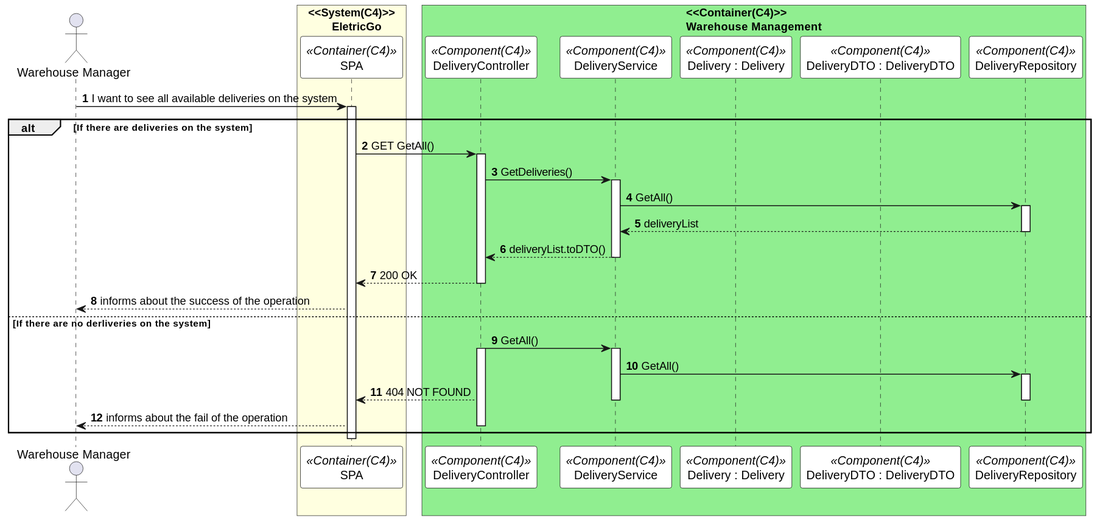
This is Documents/Deployment Diagrams/Level 3 - Component/Process View/Delivery/listDeliverySD.svg from 0franciscor/dei_3dj_057, a PlantUML export, as it was before one commit. Its diagram source:
```plantuml
@startuml listDeliverySD
autonumber

skinparam sequence {
ParticipantBorderColor black
ParticipantBackgroundColor white
}

actor "Warehouse Manager" as admin


box "<<System(C4)>>\n       EletricGo" #LightYellow
participant SPA as ui <<Container(C4)>>
box "<<Container(C4)>>\nWarehouse Management" #LightGreen
participant DeliveryController as  CTL <<Component(C4)>>
participant DeliveryService as  SV <<Component(C4)>>
participant "Delivery : Delivery" as  W <<Component(C4)>>
participant "DeliveryDTO : DeliveryDTO" as  DTO <<Component(C4)>>
participant DeliveryRepository as  WR <<Component(C4)>>
end box
end box

admin -> ui: I want to see all available deliveries on the system
activate ui


alt If there are deliveries on the system

ui -> CTL: GET GetAll()
activate CTL
CTL -> SV : GetDeliveries()
activate SV

SV -> WR : GetAll()
activate WR

WR --> SV : deliveryList
deactivate WR


SV --> CTL : deliveryList.toDTO()
deactivate WR

deactivate SV

CTL --> ui: 200 OK
deactivate CTL


ui --> admin: informs about the success of the operation


else If there are no derliveries on the system

CTL -> SV : GetAll()
activate CTL
activate SV



SV -> WR : GetAll()
activate WR



CTL --> ui: 404 NOT FOUND
deactivate WR
deactivate SV


ui --> admin: informs about the fail of the operation
deactivate CTL

end
deactivate ui

deactivate admin

@enduml
```
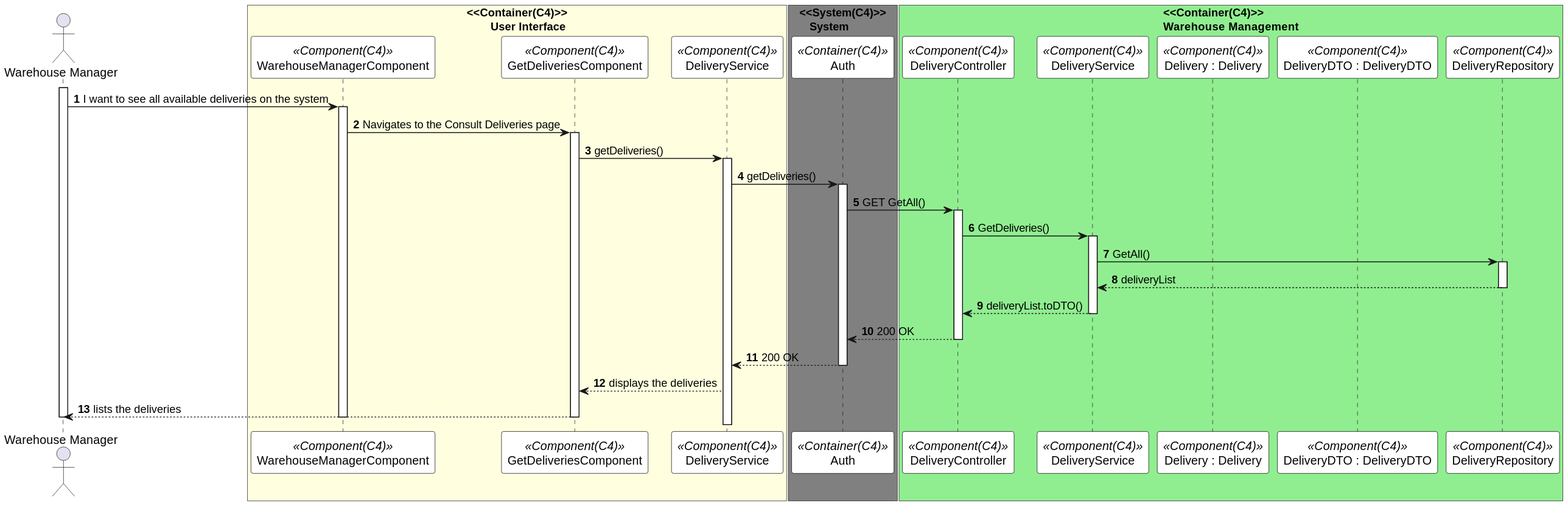
Above is the later version.

The edit, as a diff of the source:
```diff
@@ -9,71 +9,65 @@
 actor "Warehouse Manager" as admin
 
 
-box "<<System(C4)>>\n       EletricGo" #LightYellow
-participant SPA as ui <<Container(C4)>>
+box "<<Container(C4)>>\n       User Interface" #LightYellow
+participant WarehouseManagerComponent as whComponent <<Component(C4)>>
+participant GetDeliveriesComponent as getDeliveriesComponent <<Component(C4)>>
+participant DeliveryService as deliveryService <<Component(C4)>>
+end box
+
+box "<<System(C4)>>\n   System" #Grey
+participant Auth as auth <<Container(C4)>>
 box "<<Container(C4)>>\nWarehouse Management" #LightGreen
 participant DeliveryController as  CTL <<Component(C4)>>
 participant DeliveryService as  SV <<Component(C4)>>
-participant "Delivery : Delivery" as  W <<Component(C4)>>
+participant "Delivery : Delivery" as  delivery <<Component(C4)>>
 participant "DeliveryDTO : DeliveryDTO" as  DTO <<Component(C4)>>
-participant DeliveryRepository as  WR <<Component(C4)>>
-end box
+participant DeliveryRepository as  DR <<Component(C4)>>
 end box
 
-admin -> ui: I want to see all available deliveries on the system
-activate ui
+activate admin
 
+admin -> whComponent: I want to see all available deliveries on the system
+activate whComponent
 
-alt If there are deliveries on the system
+whComponent -> getDeliveriesComponent: Navigates to the Consult Deliveries page
+activate getDeliveriesComponent
 
-ui -> CTL: GET GetAll()
+getDeliveriesComponent -> deliveryService: getDeliveries()
+activate deliveryService
+
+deliveryService -> auth : getDeliveries()
+activate auth
+
+auth -> CTL: GET GetAll()
 activate CTL
 CTL -> SV : GetDeliveries()
 activate SV
 
-SV -> WR : GetAll()
-activate WR
+SV -> DR : GetAll()
+activate DR
 
-WR --> SV : deliveryList
-deactivate WR
+DR --> SV : deliveryList
+deactivate DR
 
 
 SV --> CTL : deliveryList.toDTO()
-deactivate WR
+deactivate DR
 
 deactivate SV
 
-CTL --> ui: 200 OK
+CTL --> auth: 200 OK
 deactivate CTL
 
+auth --> deliveryService: 200 OK
+deactivate auth
 
-ui --> admin: informs about the success of the operation
+deliveryService --> getDeliveriesComponent: displays the deliveries
 
+getDeliveriesComponent --> admin : lists the deliveries
+deactivate getDeliveriesComponent
 
-else If there are no derliveries on the system
-
-CTL -> SV : GetAll()
-activate CTL
-activate SV
-
-
-
-SV -> WR : GetAll()
-activate WR
-
-
-
-CTL --> ui: 404 NOT FOUND
-deactivate WR
-deactivate SV
-
-
-ui --> admin: informs about the fail of the operation
-deactivate CTL
-
-end
-deactivate ui
-
+deactivate whComponent
 deactivate admin
 
 @enduml
```
